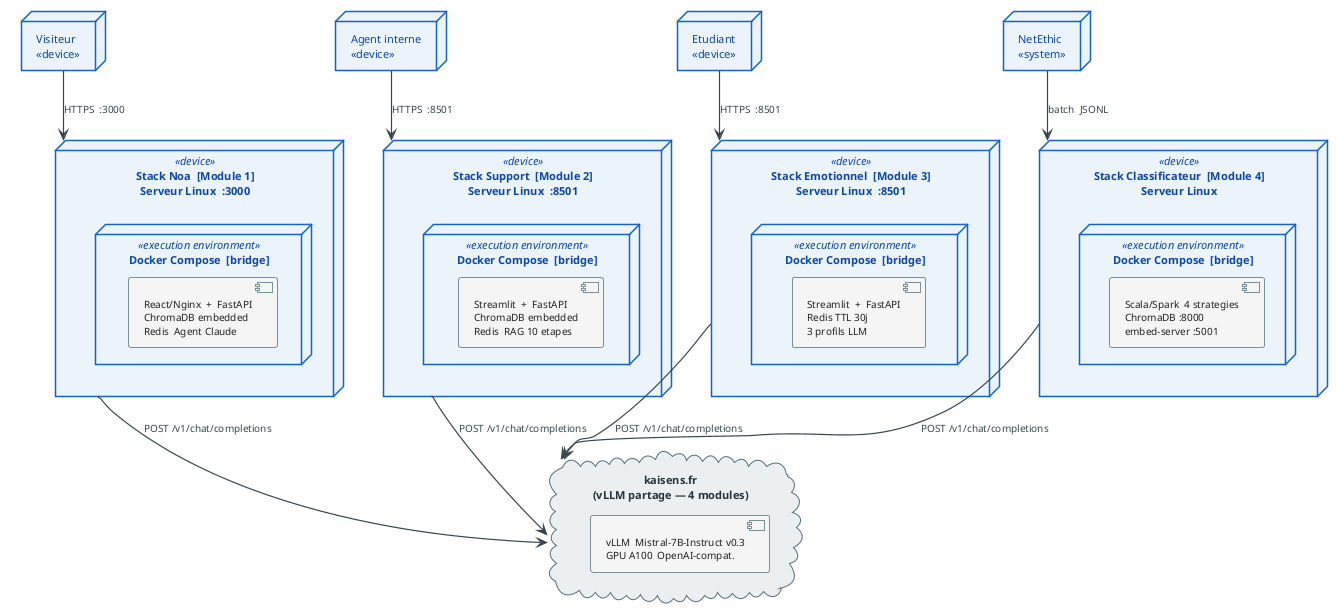
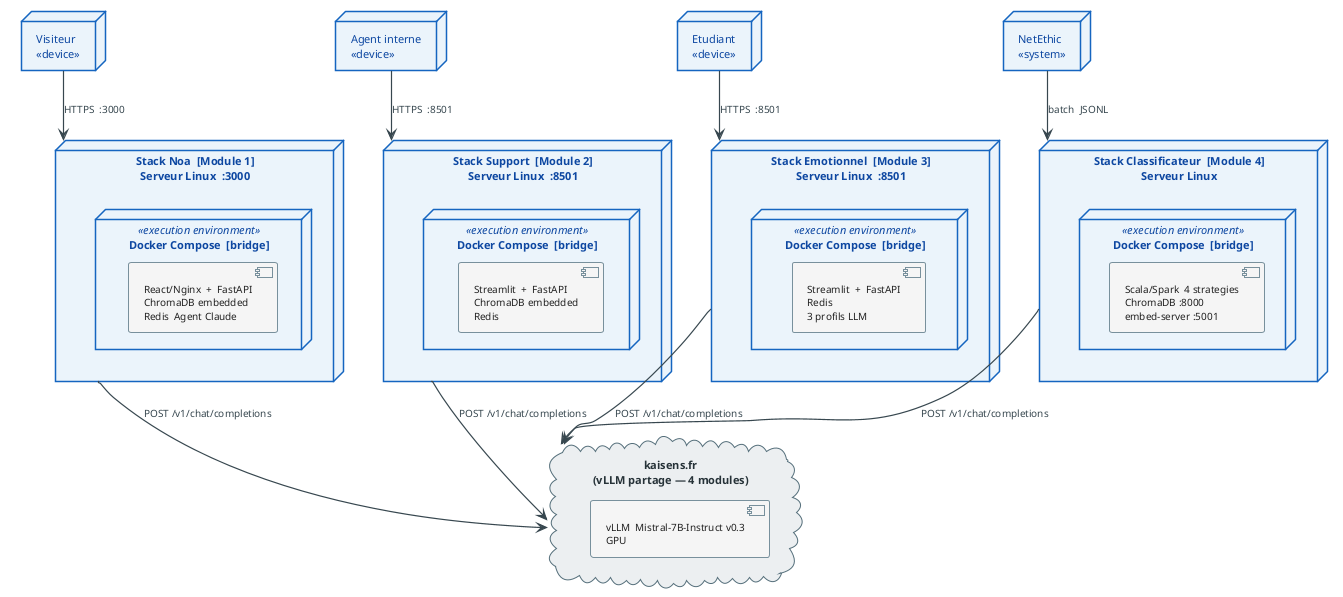
﻿@startuml deploiement_global_overview
!theme plain
skinparam defaultFontName Arial
skinparam defaultFontSize 11
skinparam shadowing false

skinparam node {
  BackgroundColor #EBF4FB
  BorderColor     #1565C0
  BorderThickness 1.5
  FontColor       #0D47A1
  FontSize        11
}
skinparam component {
  BackgroundColor #F5F5F5
  BorderColor     #78909C
  FontColor       #212121
  FontSize        10
}
skinparam cloud {
  BackgroundColor #ECEFF1
  BorderColor     #546E7A
  FontColor       #263238
}
skinparam arrow {
  Color     #37474F
  Thickness 1.2
  FontSize  10
  FontColor #37474F
}


' ─── CLIENTS ───────────────────────────────────────────────
node "Visiteur\n<<device>>" as CLI_V
node "Agent interne\n<<device>>" as CLI_A
node "Etudiant\n<<device>>" as CLI_S
node "NetEthic\n<<system>>" as CLI_P

' ─── STACK 1 : NOA ─────────────────────────────────────────
- node "Stack Noa  [Module 1]\nServeur Linux  :3000" <<device>> as NOA {
+ node "Stack Noa  [Module 1]\nServeur Linux  :3000"  as NOA {
  node "Docker Compose  [bridge]" <<execution environment>> as DC_NOA {
    component "React/Nginx  +  FastAPI\nChromaDB embedded\nRedis  Agent Claude" as C_NOA
  }
}

' ─── STACK 2 : SUPPORT ─────────────────────────────────────
- node "Stack Support  [Module 2]\nServeur Linux  :8501" <<device>> as SUP {
+ node "Stack Support  [Module 2]\nServeur Linux  :8501"  as SUP {
  node "Docker Compose  [bridge]" <<execution environment>> as DC_SUP {
-     component "Streamlit  +  FastAPI\nChromaDB embedded\nRedis  RAG 10 etapes" as C_SUP
+     component "Streamlit  +  FastAPI\nChromaDB embedded\nRedis  " as C_SUP
  }
}

' ─── STACK 3 : EMOTIONNEL ──────────────────────────────────
- node "Stack Emotionnel  [Module 3]\nServeur Linux  :8501" <<device>> as EMO {
+ node "Stack Emotionnel  [Module 3]\nServeur Linux  :8501"  as EMO {
  node "Docker Compose  [bridge]" <<execution environment>> as DC_EMO {
-     component "Streamlit  +  FastAPI\nRedis TTL 30j\n3 profils LLM" as C_EMO
+     component "Streamlit  +  FastAPI\nRedis \n3 profils LLM" as C_EMO
  }
}

' ─── STACK 4 : CLASSIFICATEUR ──────────────────────────────
- node "Stack Classificateur  [Module 4]\nServeur Linux" <<device>> as CLS {
+ node "Stack Classificateur  [Module 4]\nServeur Linux"  as CLS {
  node "Docker Compose  [bridge]" <<execution environment>> as DC_CLS {
    component "Scala/Spark  4 strategies\nChromaDB :8000\nembed-server :5001" as C_CLS
  }
}

' ─── LLM EXTERNE ───────────────────────────────────────────
cloud "kaisens.fr\n(vLLM partage — 4 modules)" as EXT_KAI {
-   component "vLLM  Mistral-7B-Instruct v0.3\nGPU A100  OpenAI-compat." as LLM_KAI
+   component "vLLM  Mistral-7B-Instruct v0.3\nGPU" as LLM_KAI
}

' ─── CONNEXIONS CLIENTS ─────────────────────────────────────
CLI_V --> NOA : HTTPS  :3000
CLI_A --> SUP : HTTPS  :8501
CLI_S --> EMO : HTTPS  :8501
CLI_P --> CLS : batch  JSONL

' ─── CONNEXIONS LLM ─────────────────────────────────────────
NOA --> EXT_KAI : POST /v1/chat/completions
SUP --> EXT_KAI : POST /v1/chat/completions
EMO --> EXT_KAI : POST /v1/chat/completions
CLS --> EXT_KAI : POST /v1/chat/completions

@enduml
